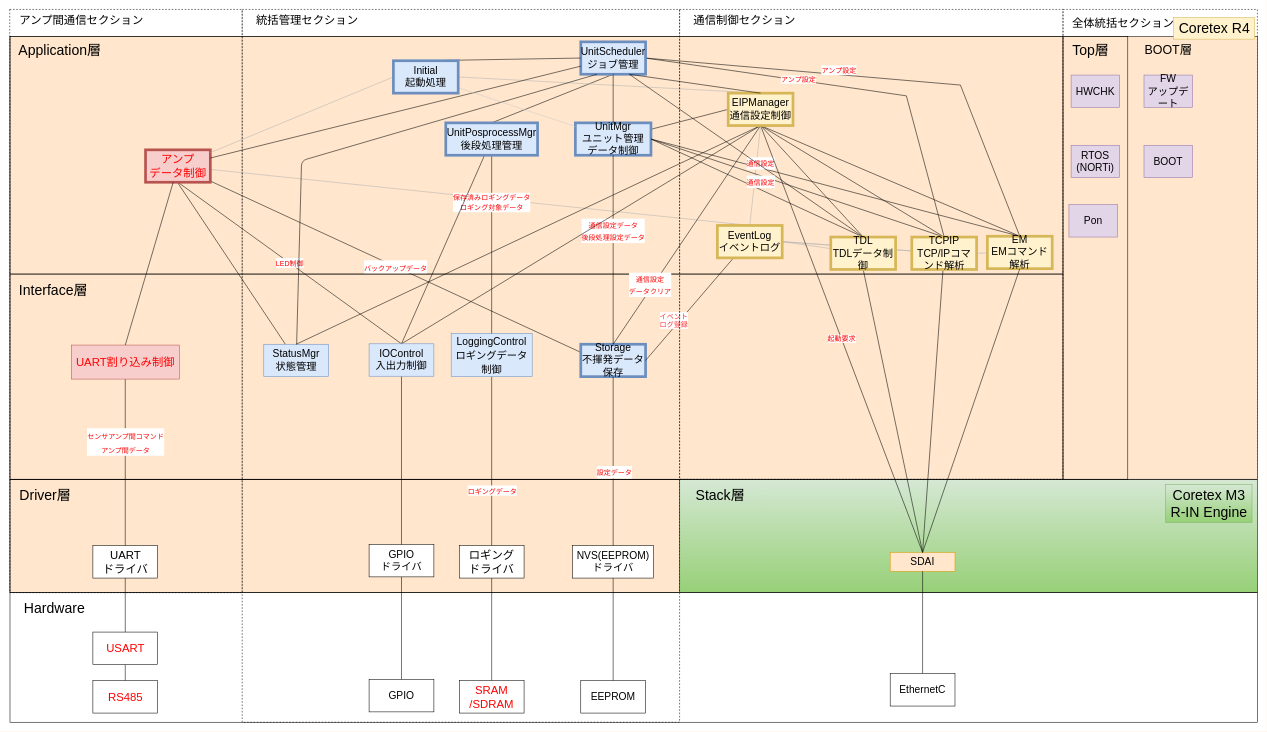
The draw.io diagram page "RevG_NewスマNWU静的構造_完全版" (1 of 4) of NWユニット_アーキテクチャ図.drawio in YutaSuzukiGARI/nwunit, before the edit. Source tidied: cells renumbered, new cells numbered last; positions are measured from the earlier drawing's top-left corner, leaving out a move shared by most shapes. Both pictures are drawn from the tidied source at 54%, with x=0, y=0 at pixel (10, 9).
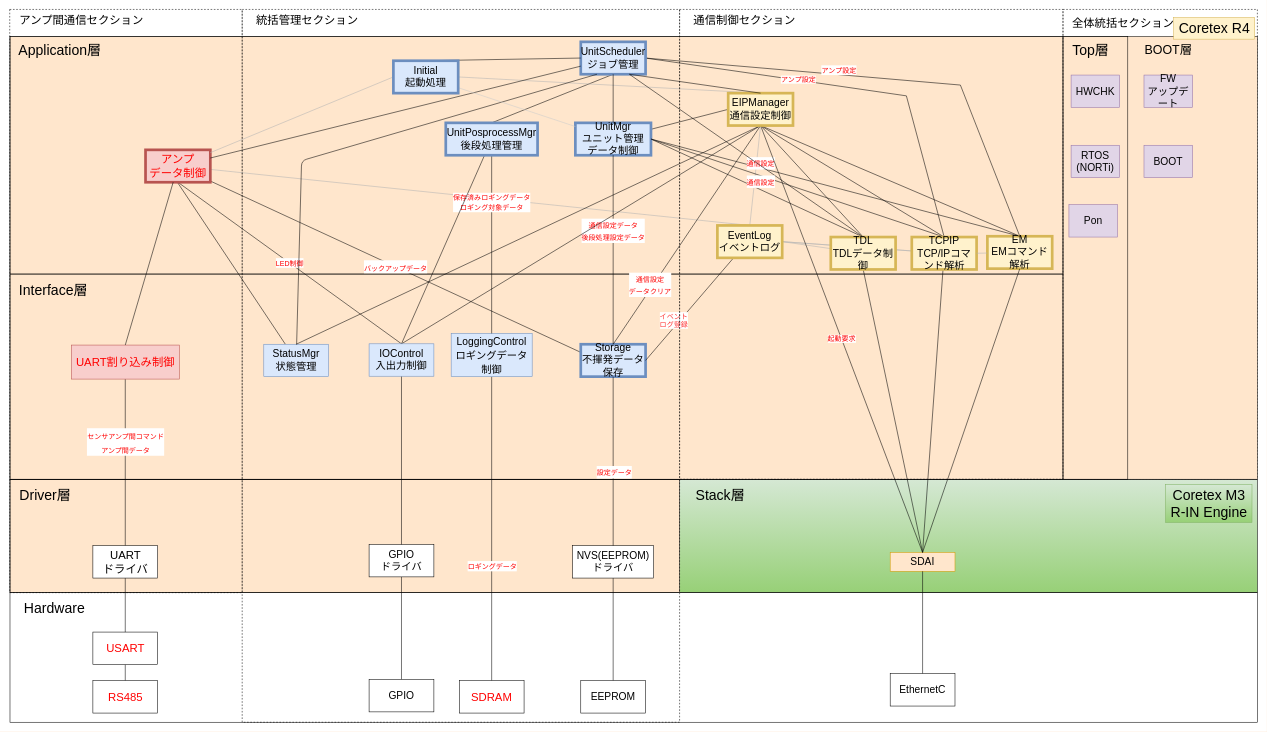
After the change.

Commit message:
Update NWユニット_アーキテクチャ図.drawio

The change refers to these unchanged cells:
```xml
<mxCell id="60" value="&lt;font style=&quot;font-size: 19px&quot;&gt;LoggingControl&lt;br&gt;ロギングデータ&lt;br&gt;制御&lt;/font&gt;" style="rounded=0;whiteSpace=wrap;html=1;fillColor=#dae8fc;strokeColor=#6c8ebf;fontSize=21;" parent="1" vertex="1">
  <mxGeometry x="817" y="600" width="150" height="80" as="geometry" />
</mxCell>
```

Change to the diagram source:
```diff
@@
-    <mxCell id="58" style="edgeStyle=none;rounded=0;jettySize=auto;html=1;entryX=0.5;entryY=0;entryDx=0;entryDy=0;endArrow=none;endFill=0;fontSize=21;" parent="1" edge="1" source="60" target="62">
+    <mxCell id="58" style="edgeStyle=none;rounded=0;jettySize=auto;html=1;endArrow=none;endFill=0;fontSize=21;" parent="1" edge="1" source="60" target="69">
       <mxGeometry relative="1" as="geometry" />
     </mxCell>
@@
-    <mxCell id="61" style="edgeStyle=none;rounded=0;jettySize=auto;html=1;endArrow=none;endFill=0;fontColor=#FF0000;fontSize=21;" parent="1" edge="1" source="62" target="69">
-      <mxGeometry relative="1" as="geometry" />
-    </mxCell>
-    <mxCell id="62" value="ロギング&lt;br&gt;ドライバ" style="rounded=0;whiteSpace=wrap;html=1;fontColor=#000000;fontSize=21;fillColor=default;strokeColor=default;" parent="1" vertex="1">
-      <mxGeometry x="832" y="993" width="120" height="60" as="geometry" />
-    </mxCell>
@@
-    <mxCell id="69" value="SRAM&lt;br&gt;/SDRAM" style="rounded=0;whiteSpace=wrap;html=1;fontColor=#FF0000;fontSize=21;" parent="1" vertex="1">
+    <mxCell id="69" value="SDRAM" style="rounded=0;whiteSpace=wrap;html=1;fontColor=#FF0000;fontSize=21;" parent="1" vertex="1">
       <mxGeometry x="832" y="1243" width="120" height="60" as="geometry" />
     </mxCell>
```
